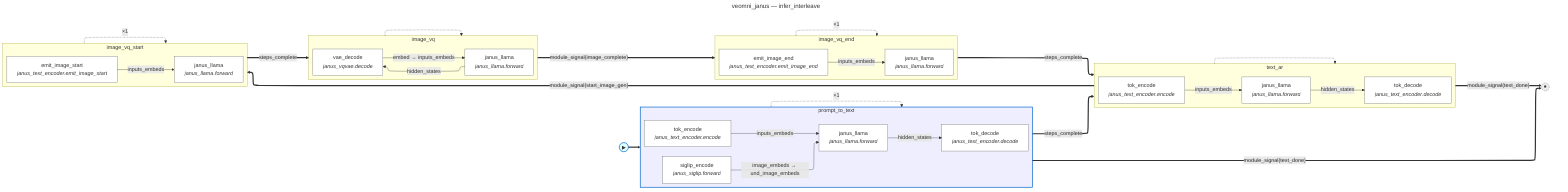
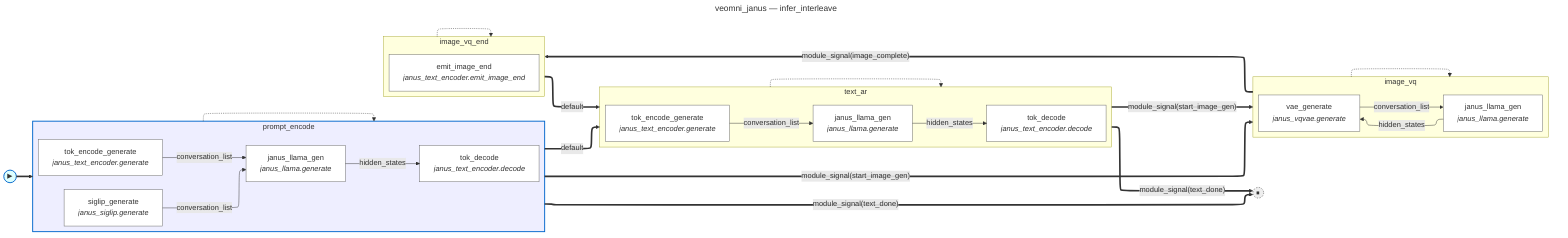
---
title: veomni_janus — infer_interleave
---
%%{init: {'flowchart': {'defaultRenderer': 'elk'}}}%%
flowchart LR
    fsm_start(("▶")):::fsm_start
    fsm_done(("⏹")):::fsm_terminal
-     subgraph state_prompt_to_text [prompt_to_text]
+     subgraph state_prompt_encode [prompt_encode]
        direction LR
-         prompt_to_text__siglip_encode["siglip_encode<br/><i>janus_siglip.forward</i>"]:::body_node
-         prompt_to_text__janus_llama["janus_llama<br/><i>janus_llama.forward</i>"]:::body_node
-         prompt_to_text__tok_encode["tok_encode<br/><i>janus_text_encoder.encode</i>"]:::body_node
-         prompt_to_text__tok_decode["tok_decode<br/><i>janus_text_encoder.decode</i>"]:::body_node
-         prompt_to_text__siglip_encode -->|"image_embeds → und_image_embeds"| prompt_to_text__janus_llama
-         prompt_to_text__tok_encode -->|"inputs_embeds"| prompt_to_text__janus_llama
-         prompt_to_text__janus_llama -->|"hidden_states"| prompt_to_text__tok_decode
+         prompt_encode__siglip_generate["siglip_generate<br/><i>janus_siglip.generate</i>"]:::body_node
+         prompt_encode__janus_llama_gen["janus_llama_gen<br/><i>janus_llama.generate</i>"]:::body_node
+         prompt_encode__tok_encode_generate["tok_encode_generate<br/><i>janus_text_encoder.generate</i>"]:::body_node
+         prompt_encode__tok_decode["tok_decode<br/><i>janus_text_encoder.decode</i>"]:::body_node
+         prompt_encode__siglip_generate -->|"conversation_list"| prompt_encode__janus_llama_gen
+         prompt_encode__tok_encode_generate -->|"conversation_list"| prompt_encode__janus_llama_gen
+         prompt_encode__janus_llama_gen -->|"hidden_states"| prompt_encode__tok_decode
    end
    subgraph state_text_ar [text_ar]
        direction LR
-         text_ar__tok_encode["tok_encode<br/><i>janus_text_encoder.encode</i>"]:::body_node
-         text_ar__janus_llama["janus_llama<br/><i>janus_llama.forward</i>"]:::body_node
+         text_ar__tok_encode_generate["tok_encode_generate<br/><i>janus_text_encoder.generate</i>"]:::body_node
+         text_ar__janus_llama_gen["janus_llama_gen<br/><i>janus_llama.generate</i>"]:::body_node
        text_ar__tok_decode["tok_decode<br/><i>janus_text_encoder.decode</i>"]:::body_node
-         text_ar__tok_encode -->|"inputs_embeds"| text_ar__janus_llama
-         text_ar__janus_llama -->|"hidden_states"| text_ar__tok_decode
-     end
-     subgraph state_image_vq_start [image_vq_start]
-         direction LR
-         image_vq_start__emit_image_start["emit_image_start<br/><i>janus_text_encoder.emit_image_start</i>"]:::body_node
-         image_vq_start__janus_llama["janus_llama<br/><i>janus_llama.forward</i>"]:::body_node
-         image_vq_start__emit_image_start -->|"inputs_embeds"| image_vq_start__janus_llama
+         text_ar__tok_encode_generate -->|"conversation_list"| text_ar__janus_llama_gen
+         text_ar__janus_llama_gen -->|"hidden_states"| text_ar__tok_decode
    end
    subgraph state_image_vq [image_vq]
        direction LR
-         image_vq__janus_llama["janus_llama<br/><i>janus_llama.forward</i>"]:::body_node
-         image_vq__vae_decode["vae_decode<br/><i>janus_vqvae.decode</i>"]:::body_node
-         image_vq__janus_llama -->|"hidden_states"| image_vq__vae_decode
-         image_vq__vae_decode -->|"embed → inputs_embeds"| image_vq__janus_llama
+         image_vq__janus_llama_gen["janus_llama_gen<br/><i>janus_llama.generate</i>"]:::body_node
+         image_vq__vae_generate["vae_generate<br/><i>janus_vqvae.generate</i>"]:::body_node
+         image_vq__janus_llama_gen -->|"hidden_states"| image_vq__vae_generate
+         image_vq__vae_generate -->|"conversation_list"| image_vq__janus_llama_gen
    end
    subgraph state_image_vq_end [image_vq_end]
        direction LR
        image_vq_end__emit_image_end["emit_image_end<br/><i>janus_text_encoder.emit_image_end</i>"]:::body_node
-         image_vq_end__janus_llama["janus_llama<br/><i>janus_llama.forward</i>"]:::body_node
-         image_vq_end__emit_image_end -->|"inputs_embeds"| image_vq_end__janus_llama
    end
-     state_prompt_to_text -.->|"×1"| state_prompt_to_text
+     state_prompt_encode -.-> state_prompt_encode
    state_text_ar -.-> state_text_ar
-     state_image_vq_start -.->|"×1"| state_image_vq_start
    state_image_vq -.-> state_image_vq
-     state_image_vq_end -.->|"×1"| state_image_vq_end
-     fsm_start ==> state_prompt_to_text
-     state_prompt_to_text ==>|"module_signal(text_done)"| fsm_done
-     state_prompt_to_text ==>|"steps_complete"| state_text_ar
-     state_text_ar ==>|"module_signal(start_image_gen)"| state_image_vq_start
+     state_image_vq_end -.-> state_image_vq_end
+     fsm_start ==> state_prompt_encode
+     state_prompt_encode ==>|"module_signal(start_image_gen)"| state_image_vq
+     state_prompt_encode ==>|"module_signal(text_done)"| fsm_done
+     state_prompt_encode ==>|"default"| state_text_ar
+     state_text_ar ==>|"module_signal(start_image_gen)"| state_image_vq
    state_text_ar ==>|"module_signal(text_done)"| fsm_done
-     state_image_vq_start ==>|"steps_complete"| state_image_vq
    state_image_vq ==>|"module_signal(image_complete)"| state_image_vq_end
-     state_image_vq_end ==>|"steps_complete"| state_text_ar
+     state_image_vq_end ==>|"default"| state_text_ar
    classDef body_node fill:#fff,stroke:#666
    classDef fsm_start fill:#dff,stroke:#06c,stroke-width:2px
    classDef fsm_terminal fill:#eee,stroke:#333,stroke-width:1px,stroke-dasharray:3 3
-     style state_prompt_to_text fill:#eef,stroke:#06c,stroke-width:2px
+     style state_prompt_encode fill:#eef,stroke:#06c,stroke-width:2px
